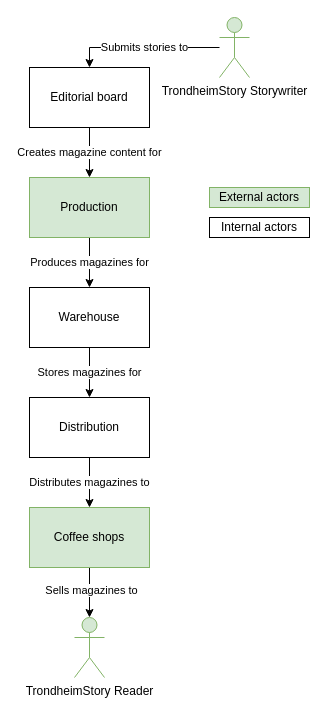
Above: TS_overview_diagram.drawio in gullskatten/TS-models-4em-archi (draw.io), before the change. Source tidied: cells renumbered, new cells numbered last; positions are measured from the earlier drawing's top-left corner, leaving out a move shared by most shapes. Both pictures are drawn from the tidied source at 100%, with x=0, y=0 at pixel (29, 17).
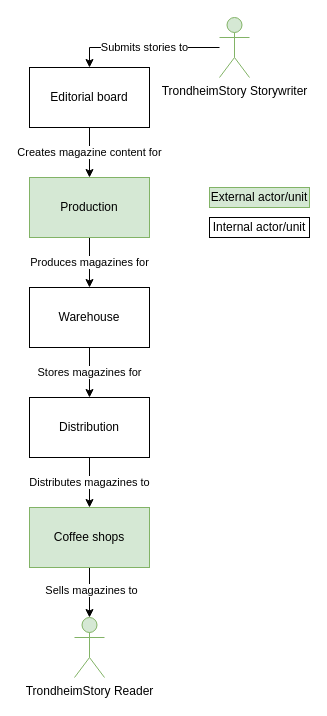
After the change.

Diff of the diagram source:
```diff
@@
 <mxGraphModel>
   <root>
     <mxCell id="0" />
     <mxCell id="1" parent="0" />
     <mxCell id="2" value="Editorial board" style="rounded=0;whiteSpace=wrap;html=1;" parent="1" vertex="1">
       <mxGeometry y="50" width="120" height="60" as="geometry" />
     </mxCell>
     <mxCell id="3" value="Produces magazines for" style="edgeStyle=orthogonalEdgeStyle;rounded=0;jettySize=auto;html=1;" parent="1" edge="1" source="4" target="6">
       <mxGeometry relative="1" as="geometry" />
     </mxCell>
     <mxCell id="4" value="Production" style="rounded=0;whiteSpace=wrap;html=1;fillColor=#d5e8d4;strokeColor=#82b366;" parent="1" vertex="1">
       <mxGeometry y="160" width="120" height="60" as="geometry" />
     </mxCell>
     <mxCell id="5" value="Stores magazines for" style="edgeStyle=orthogonalEdgeStyle;rounded=0;jettySize=auto;html=1;" parent="1" edge="1" source="6" target="8">
       <mxGeometry relative="1" as="geometry" />
     </mxCell>
     <mxCell id="6" value="Warehouse" style="rounded=0;whiteSpace=wrap;html=1;" parent="1" vertex="1">
       <mxGeometry y="270" width="120" height="60" as="geometry" />
     </mxCell>
     <mxCell id="7" value="Distributes magazines to" style="edgeStyle=orthogonalEdgeStyle;rounded=0;jettySize=auto;html=1;entryX=0.5;entryY=0;entryDx=0;entryDy=0;" parent="1" edge="1" source="8" target="12">
       <mxGeometry relative="1" as="geometry" />
     </mxCell>
     <mxCell id="8" value="Distribution" style="rounded=0;whiteSpace=wrap;html=1;" parent="1" vertex="1">
       <mxGeometry y="380" width="120" height="60" as="geometry" />
     </mxCell>
     <mxCell id="9" value="Creates magazine content for" style="endArrow=classic;html=1;exitX=0.5;exitY=1;exitDx=0;exitDy=0;" parent="1" edge="1" source="2" target="4">
       <mxGeometry relative="1" as="geometry" />
     </mxCell>
     <mxCell id="10" style="edgeStyle=orthogonalEdgeStyle;rounded=0;jettySize=auto;html=1;entryX=0.5;entryY=0;entryDx=0;entryDy=0;entryPerimeter=0;" parent="1" edge="1" source="12" target="13">
       <mxGeometry relative="1" as="geometry" />
     </mxCell>
     <mxCell id="11" value="Sells magazines to" style="edgeLabel;html=1;align=center;verticalAlign=middle;" parent="10" vertex="1">
       <mxGeometry x="-0.13" y="1" relative="1" as="geometry" />
     </mxCell>
     <mxCell id="12" value="Coffee shops" style="rounded=0;whiteSpace=wrap;html=1;fillColor=#d5e8d4;strokeColor=#82b366;" parent="1" vertex="1">
       <mxGeometry y="490" width="120" height="60" as="geometry" />
     </mxCell>
     <mxCell id="13" value="TrondheimStory Reader" style="shape=umlActor;verticalLabelPosition=bottom;verticalAlign=top;html=1;outlineConnect=0;fillColor=#d5e8d4;strokeColor=#82b366;" parent="1" vertex="1">
       <mxGeometry x="45" y="600" width="30" height="60" as="geometry" />
     </mxCell>
     <mxCell id="14" value="Submits stories to" style="edgeStyle=orthogonalEdgeStyle;rounded=0;jettySize=auto;html=1;entryX=0.5;entryY=0;entryDx=0;entryDy=0;" parent="1" edge="1" source="15" target="2">
       <mxGeometry relative="1" as="geometry" />
     </mxCell>
     <mxCell id="15" value="TrondheimStory Storywriter" style="shape=umlActor;verticalLabelPosition=bottom;verticalAlign=top;html=1;outlineConnect=0;fillColor=#d5e8d4;strokeColor=#82b366;" parent="1" vertex="1">
       <mxGeometry x="190" width="30" height="60" as="geometry" />
     </mxCell>
-    <mxCell id="16" value="External actors" style="rounded=0;whiteSpace=wrap;html=1;fillColor=#d5e8d4;strokeColor=#82b366;" parent="1" vertex="1">
+    <mxCell id="16" value="External actor/unit" style="rounded=0;whiteSpace=wrap;html=1;fillColor=#d5e8d4;strokeColor=#82b366;" parent="1" vertex="1">
       <mxGeometry x="180" y="170" width="100" height="20" as="geometry" />
     </mxCell>
-    <mxCell id="17" value="Internal actors" style="rounded=0;whiteSpace=wrap;html=1;" parent="1" vertex="1">
+    <mxCell id="17" value="Internal actor/unit" style="rounded=0;whiteSpace=wrap;html=1;" parent="1" vertex="1">
       <mxGeometry x="180" y="200" width="100" height="20" as="geometry" />
     </mxCell>
   </root>
 </mxGraphModel>
```
